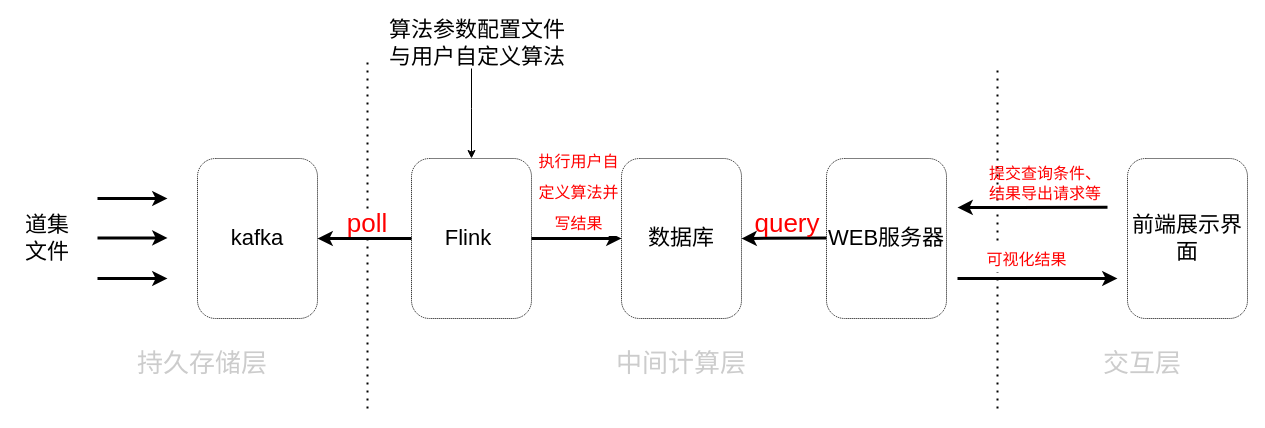
Before: page "Page-2" (2 of 2) of drawio/zsh_demo_structure.drawio in ChaseHuangxu/UselessRepoForSave, a draw.io diagram. Source tidied: cells renumbered, new cells numbered last; positions are measured from the earlier drawing's top-left corner, leaving out a move shared by most shapes. Both pictures are drawn from the tidied source at 100%, with x=0, y=0 at pixel (17, 28).
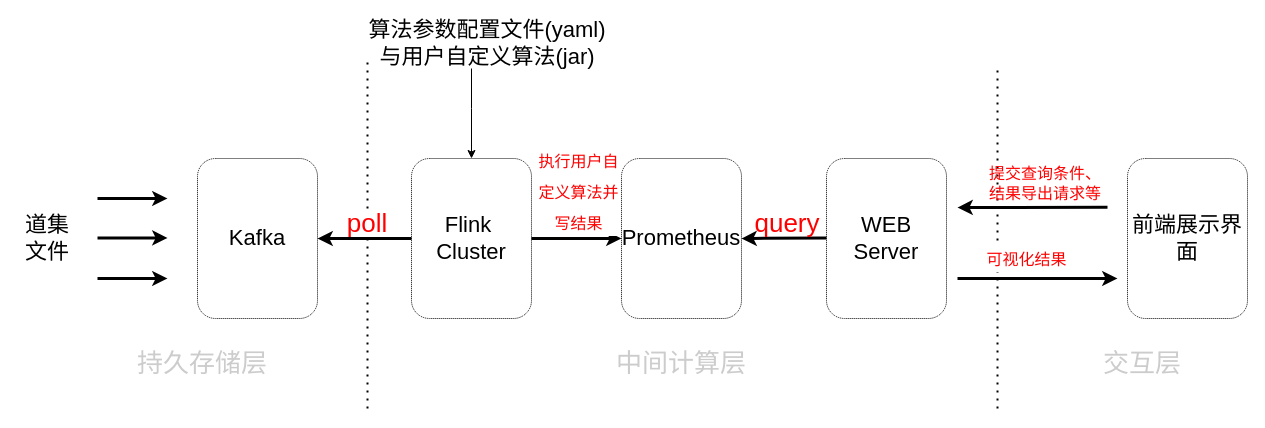
The same diagram, later.

Diff of the diagram source:
```diff
@@
-    <mxCell id="2" value="&lt;font style=&quot;font-size: 22px&quot;&gt;kafka&lt;/font&gt;" style="rounded=1;whiteSpace=wrap;html=1;dashed=1;dashPattern=1 1;fillColor=none;" parent="1" vertex="1">
+    <mxCell id="2" value="&lt;font style=&quot;font-size: 22px&quot;&gt;Kafka&lt;/font&gt;" style="rounded=1;whiteSpace=wrap;html=1;dashed=1;dashPattern=1 1;fillColor=none;" parent="1" vertex="1">
       <mxGeometry x="180" y="130" width="120" height="160" as="geometry" />
     </mxCell>
-    <mxCell id="3" value="&lt;span style=&quot;font-size: 22px&quot;&gt;Flink&amp;nbsp;&lt;/span&gt;" style="rounded=1;whiteSpace=wrap;html=1;dashed=1;dashPattern=1 1;fillColor=none;" parent="1" vertex="1">
+    <mxCell id="3" value="&lt;span style=&quot;font-size: 22px&quot;&gt;Flink&amp;nbsp;&lt;br&gt;Cluster&lt;br&gt;&lt;/span&gt;" style="rounded=1;whiteSpace=wrap;html=1;dashed=1;dashPattern=1 1;fillColor=none;" parent="1" vertex="1">
       <mxGeometry x="394" y="130" width="120" height="160" as="geometry" />
     </mxCell>
-    <mxCell id="4" value="&lt;font style=&quot;font-size: 22px&quot;&gt;数据库&lt;/font&gt;" style="rounded=1;whiteSpace=wrap;html=1;dashed=1;dashPattern=1 1;fillColor=none;" parent="1" vertex="1">
+    <mxCell id="4" value="&lt;span style=&quot;font-size: 22px&quot;&gt;Prometheus&lt;/span&gt;" style="rounded=1;whiteSpace=wrap;html=1;dashed=1;dashPattern=1 1;fillColor=none;" parent="1" vertex="1">
       <mxGeometry x="604" y="130" width="120" height="160" as="geometry" />
     </mxCell>
-    <mxCell id="5" value="&lt;span style=&quot;font-size: 22px&quot;&gt;WEB服务器&lt;/span&gt;" style="rounded=1;whiteSpace=wrap;html=1;dashed=1;dashPattern=1 1;fillColor=none;" parent="1" vertex="1">
+    <mxCell id="5" value="&lt;span style=&quot;font-size: 22px&quot;&gt;WEB Server&lt;/span&gt;" style="rounded=1;whiteSpace=wrap;html=1;dashed=1;dashPattern=1 1;fillColor=none;" parent="1" vertex="1">
       <mxGeometry x="809" y="130" width="120" height="160" as="geometry" />
     </mxCell>
@@
-    <mxCell id="24" value="&lt;font style=&quot;font-size: 22px&quot; color=&quot;#000000&quot;&gt;算法参数配置文件&lt;br&gt;与用户自定义算法&lt;/font&gt;" style="text;html=1;strokeColor=none;fillColor=none;align=center;verticalAlign=middle;whiteSpace=wrap;rounded=0;dashed=1;dashPattern=1 1;fontSize=16;fontColor=#FF0000;" parent="1" vertex="1">
-      <mxGeometry x="370" width="180" height="30" as="geometry" />
+    <mxCell id="24" value="&lt;font style=&quot;font-size: 22px&quot; color=&quot;#000000&quot;&gt;算法参数配置文件(yaml)&lt;br&gt;与用户自定义算法(jar)&lt;/font&gt;" style="text;html=1;strokeColor=none;fillColor=none;align=center;verticalAlign=middle;whiteSpace=wrap;rounded=0;dashed=1;dashPattern=1 1;fontSize=16;fontColor=#FF0000;" parent="1" vertex="1">
+      <mxGeometry x="350" width="240" height="30" as="geometry" />
     </mxCell>
```
